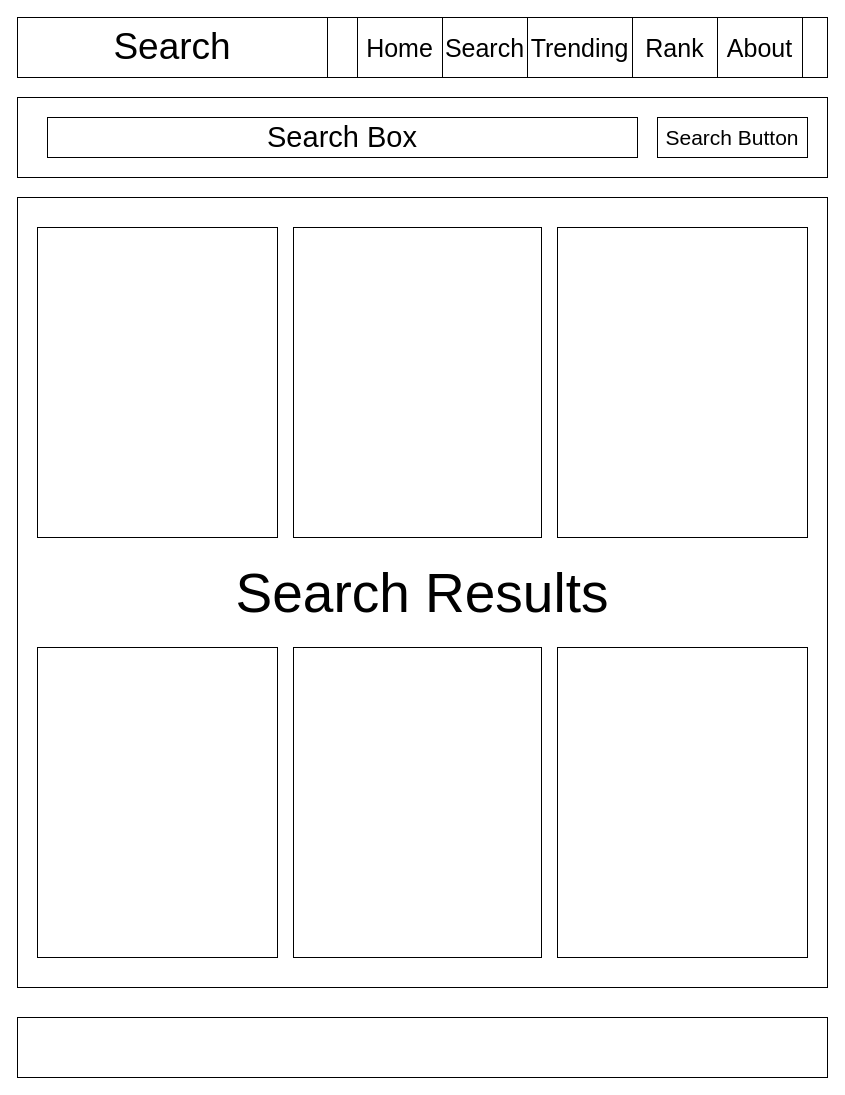
HyeongUW/First_Project keeps this draw.io diagram as page "Page-2" (2 of 3) of Project One Layout.drawio. Above is the earlier version. Source tidied: cells renumbered, new cells numbered last; positions are measured from the earlier drawing's top-left corner, leaving out a move shared by most shapes. Both pictures are drawn from the tidied source at 100%, with x=0, y=0 at pixel (17, 17).
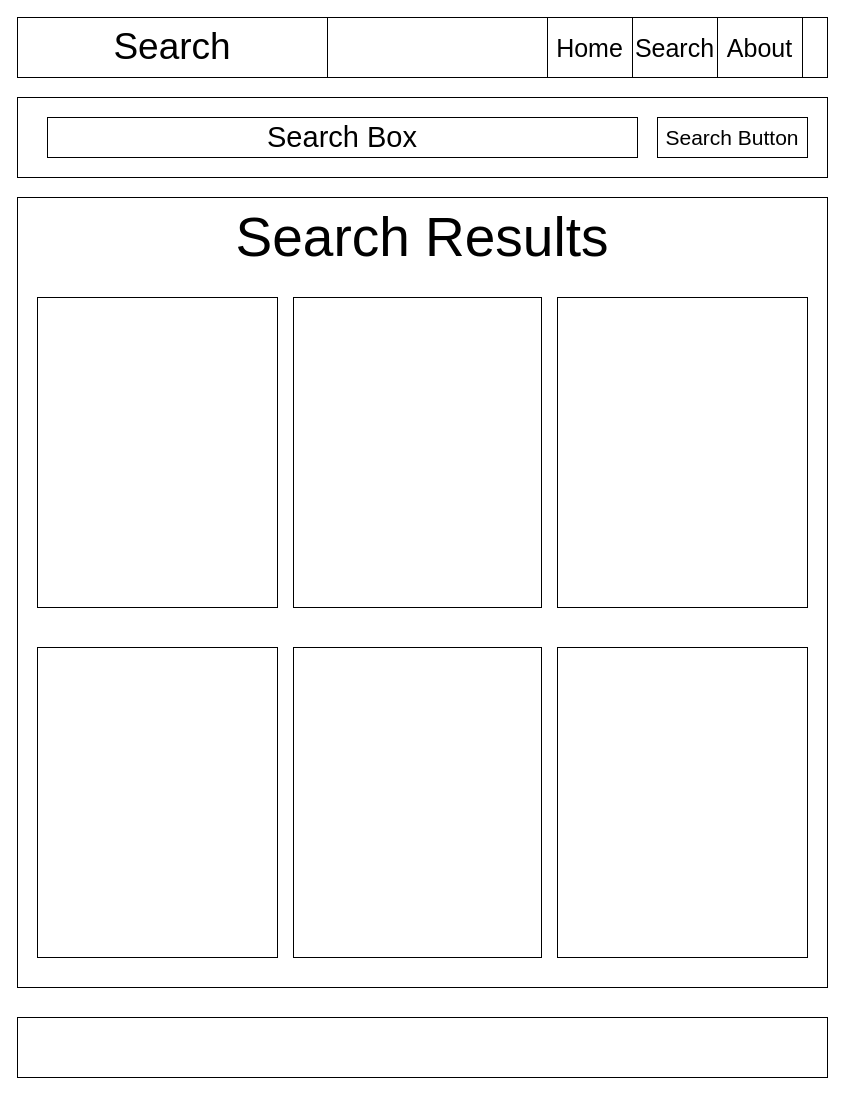
After the change.

Diff of the diagram source:
```diff
@@
 <mxGraphModel>
   <root>
     <mxCell id="0" />
     <mxCell id="1" parent="0" />
     <mxCell id="2" style="rounded=0;whiteSpace=wrap;html=1;" parent="1" vertex="1">
       <mxGeometry width="810" height="60" as="geometry" />
     </mxCell>
     <mxCell id="3" style="rounded=0;whiteSpace=wrap;html=1;align=center;" parent="1" vertex="1">
       <mxGeometry y="80" width="810" height="80" as="geometry" />
     </mxCell>
     <mxCell id="4" value="&lt;font style=&quot;font-size: 29px&quot;&gt;Search Box&lt;/font&gt;" style="rounded=0;whiteSpace=wrap;html=1;" parent="1" vertex="1">
       <mxGeometry x="30" y="100" width="590" height="40" as="geometry" />
     </mxCell>
-    <mxCell id="5" value="&lt;font style=&quot;font-size: 55px&quot;&gt;Search Results&lt;/font&gt;" style="rounded=0;whiteSpace=wrap;html=1;" parent="1" vertex="1">
+    <mxCell id="5" value="&lt;font style=&quot;font-size: 55px&quot;&gt;Search Results&lt;/font&gt;" style="rounded=0;whiteSpace=wrap;html=1;verticalAlign=top;" parent="1" vertex="1">
       <mxGeometry y="180" width="810" height="790" as="geometry" />
     </mxCell>
     <mxCell id="6" value="&lt;font style=&quot;font-size: 25px&quot;&gt;About&lt;/font&gt;" style="rounded=0;whiteSpace=wrap;html=1;" parent="1" vertex="1">
       <mxGeometry x="700" width="85" height="60" as="geometry" />
     </mxCell>
-    <mxCell id="7" value="&lt;font style=&quot;font-size: 25px&quot;&gt;Rank&lt;/font&gt;" style="rounded=0;whiteSpace=wrap;html=1;" parent="1" vertex="1">
-      <mxGeometry x="615" width="85" height="60" as="geometry" />
-    </mxCell>
-    <mxCell id="8" value="&lt;font style=&quot;font-size: 25px&quot;&gt;Trending&lt;br&gt;&lt;/font&gt;" style="rounded=0;whiteSpace=wrap;html=1;" parent="1" vertex="1">
-      <mxGeometry x="510" width="105" height="60" as="geometry" />
-    </mxCell>
     <mxCell id="9" value="&lt;font style=&quot;font-size: 25px&quot;&gt;Search&lt;br&gt;&lt;/font&gt;" style="rounded=0;whiteSpace=wrap;html=1;" parent="1" vertex="1">
-      <mxGeometry x="425" width="85" height="60" as="geometry" />
+      <mxGeometry x="615" width="85" height="60" as="geometry" />
     </mxCell>
     <mxCell id="10" value="&lt;font style=&quot;font-size: 37px&quot;&gt;Search&lt;/font&gt;" style="rounded=0;whiteSpace=wrap;html=1;" parent="1" vertex="1">
       <mxGeometry width="310" height="60" as="geometry" />
     </mxCell>
     <mxCell id="11" value="&lt;font style=&quot;font-size: 21px&quot;&gt;Search Button&lt;/font&gt;" style="rounded=0;whiteSpace=wrap;html=1;" parent="1" vertex="1">
       <mxGeometry x="640" y="100" width="150" height="40" as="geometry" />
     </mxCell>
     <mxCell id="12" style="rounded=0;whiteSpace=wrap;html=1;" parent="1" vertex="1">
       <mxGeometry y="1000" width="810" height="60" as="geometry" />
     </mxCell>
     <mxCell id="13" value="&lt;font style=&quot;font-size: 25px&quot;&gt;Home&lt;br&gt;&lt;/font&gt;" style="rounded=0;whiteSpace=wrap;html=1;" parent="1" vertex="1">
-      <mxGeometry x="340" width="85" height="60" as="geometry" />
+      <mxGeometry x="530" width="85" height="60" as="geometry" />
     </mxCell>
     <mxCell id="14" style="rounded=0;whiteSpace=wrap;html=1;" parent="1" vertex="1">
-      <mxGeometry x="20" y="210" width="240" height="310" as="geometry" />
+      <mxGeometry x="20" y="280" width="240" height="310" as="geometry" />
     </mxCell>
     <mxCell id="15" style="rounded=0;whiteSpace=wrap;html=1;" parent="1" vertex="1">
-      <mxGeometry x="276" y="210" width="248" height="310" as="geometry" />
+      <mxGeometry x="276" y="280" width="248" height="310" as="geometry" />
     </mxCell>
     <mxCell id="16" style="rounded=0;whiteSpace=wrap;html=1;" parent="1" vertex="1">
-      <mxGeometry x="540" y="210" width="250" height="310" as="geometry" />
+      <mxGeometry x="540" y="280" width="250" height="310" as="geometry" />
     </mxCell>
     <mxCell id="17" style="rounded=0;whiteSpace=wrap;html=1;" parent="1" vertex="1">
       <mxGeometry x="20" y="630" width="240" height="310" as="geometry" />
     </mxCell>
     <mxCell id="18" style="rounded=0;whiteSpace=wrap;html=1;" parent="1" vertex="1">
       <mxGeometry x="276" y="630" width="248" height="310" as="geometry" />
     </mxCell>
     <mxCell id="19" style="rounded=0;whiteSpace=wrap;html=1;" parent="1" vertex="1">
       <mxGeometry x="540" y="630" width="250" height="310" as="geometry" />
     </mxCell>
   </root>
 </mxGraphModel>
```
